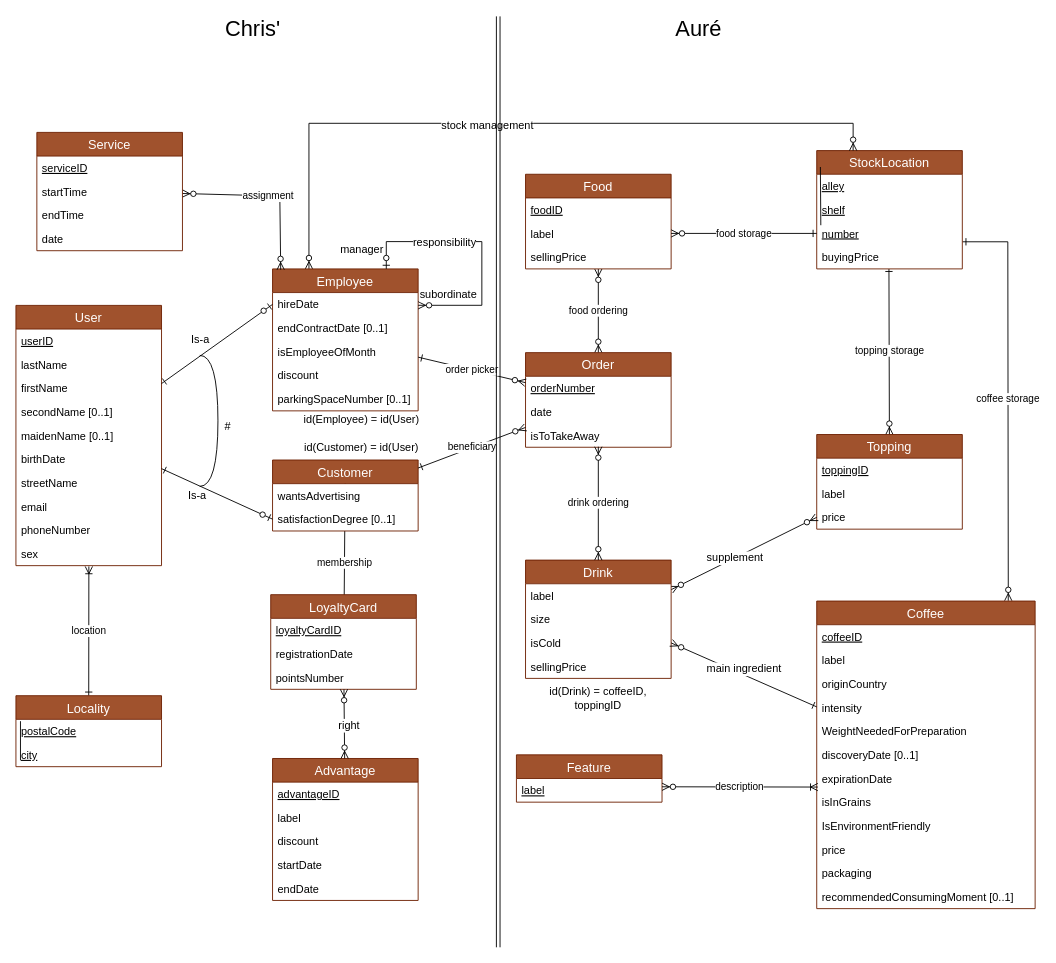
Earlier version of the draw.io diagram SchemaEA.drawio (DrakeXorn/CoffIG). Source tidied: cells renumbered, new cells numbered last; positions are measured from the earlier drawing's top-left corner, leaving out a move shared by most shapes. Both pictures are drawn from the tidied source at 91%, with x=0, y=0 at pixel (15, 15).
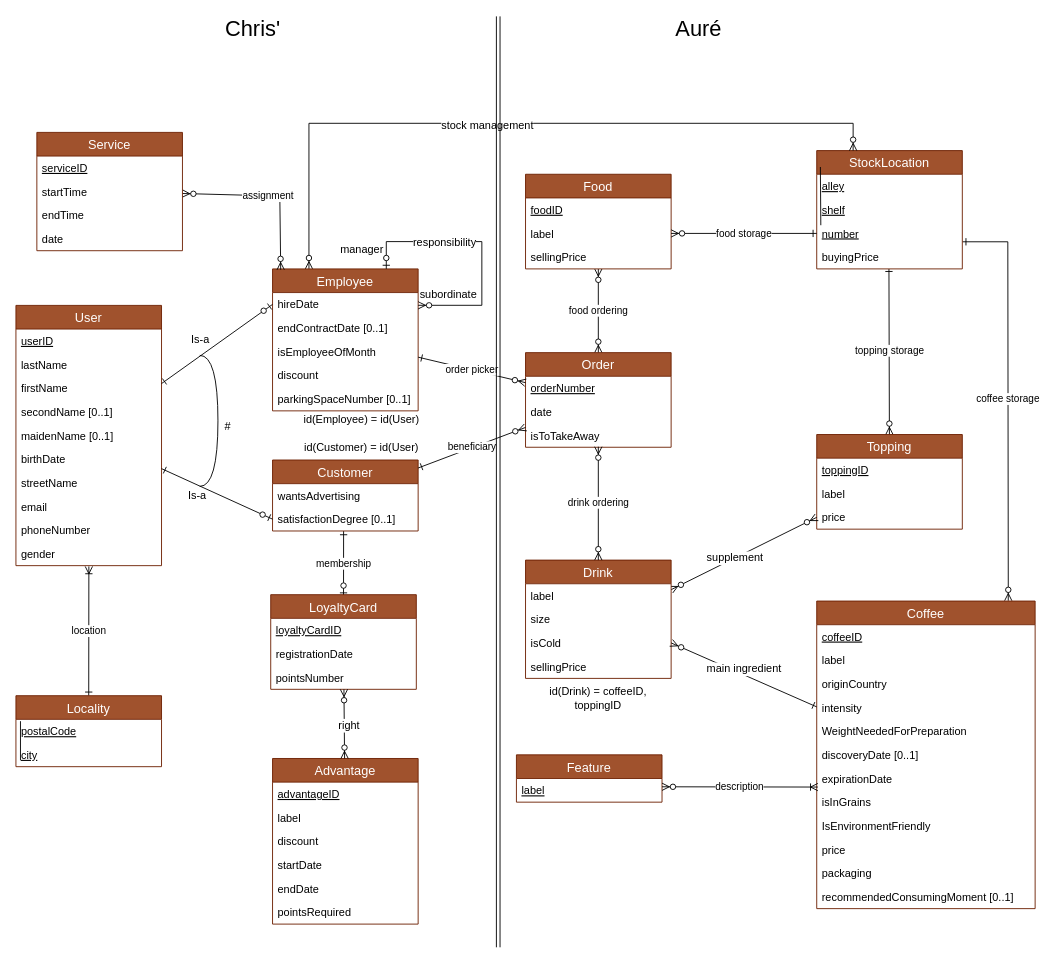
Above is the later version.

Commit message (it also covers changes not shown here):
Modification du genre et ajout du nombre de points requis

The change refers to these unchanged cells:
```xml
<mxCell id="45" value="User" style="swimlane;fontStyle=0;horizontal=1;startSize=26;fillColor=#a0522d;swimlaneFillColor=#ffffff;align=center;fontSize=14;strokeColor=#6D1F00;fontColor=#ffffff;" parent="1" vertex="1">
  <mxGeometry y="318.1" width="160" height="286" as="geometry" />
</mxCell>
<mxCell id="62" value="Customer" style="swimlane;fontStyle=0;horizontal=1;startSize=26;fillColor=#a0522d;swimlaneFillColor=#ffffff;align=center;fontSize=14;strokeColor=#6D1F00;fontColor=#ffffff;" parent="1" vertex="1">
  <mxGeometry x="282" y="488" width="160" height="78" as="geometry" />
</mxCell>
<mxCell id="64" value="satisfactionDegree [0..1]" style="text;strokeColor=none;fillColor=none;spacingLeft=4;spacingRight=4;overflow=hidden;points=[[0,0.5],[1,0.5]];portConstraint=eastwest;fontSize=12;" parent="62" vertex="1">
  <mxGeometry y="52" width="160" height="26" as="geometry" />
</mxCell>
<mxCell id="82" value="pointsNumber" style="text;strokeColor=none;fillColor=none;spacingLeft=4;spacingRight=4;overflow=hidden;points=[[0,0.5],[1,0.5]];portConstraint=eastwest;fontSize=12;" parent="79" vertex="1">
  <mxGeometry y="78" width="160" height="26" as="geometry" />
</mxCell>
```

The edit, as a diff of the source:
```diff
@@
-    <mxCell id="55" value="sex" style="text;strokeColor=none;fillColor=none;spacingLeft=4;spacingRight=4;overflow=hidden;points=[[0,0.5],[1,0.5]];portConstraint=eastwest;fontSize=12;" parent="45" vertex="1">
+    <mxCell id="55" value="gender" style="text;strokeColor=none;fillColor=none;spacingLeft=4;spacingRight=4;overflow=hidden;points=[[0,0.5],[1,0.5]];portConstraint=eastwest;fontSize=12;" parent="45" vertex="1">
       <mxGeometry y="260" width="160" height="26" as="geometry" />
     </mxCell>
@@
-    <mxCell id="61" value="membership" style="edgeStyle=none;rounded=0;jettySize=auto;html=1;exitX=0.5;exitY=0;exitDx=0;exitDy=0;startArrow=ERone;startFill=0;endArrow=ERzeroToOne;endFill=1;" parent="1" edge="1" source="62" target="82">
-      <mxGeometry relative="1" as="geometry" />
+    <mxCell id="61" value="membership" style="edgeStyle=none;rounded=0;jettySize=auto;html=1;exitX=0.488;exitY=1.005;exitDx=0;exitDy=0;startArrow=ERone;startFill=0;endArrow=ERzeroToOne;endFill=1;exitPerimeter=0;" parent="1" edge="1" source="64">
+      <mxGeometry relative="1" as="geometry">
+        <mxPoint x="360" y="638" as="targetPoint" />
+      </mxGeometry>
     </mxCell>
@@
     <mxCell id="83" value="Advantage" style="swimlane;fontStyle=0;horizontal=1;startSize=26;fillColor=#a0522d;swimlaneFillColor=#ffffff;align=center;fontSize=14;strokeColor=#6D1F00;fontColor=#ffffff;" parent="1" vertex="1">
-      <mxGeometry x="282" y="816" width="160" height="156" as="geometry" />
+      <mxGeometry x="282" y="816" width="160" height="182" as="geometry" />
     </mxCell>
@@
+    <mxCell id="114" value="pointsRequired" style="text;strokeColor=none;fillColor=none;spacingLeft=4;spacingRight=4;overflow=hidden;fontSize=12;" parent="83" vertex="1">
+      <mxGeometry y="156" width="160" height="26" as="geometry" />
+    </mxCell>
```
